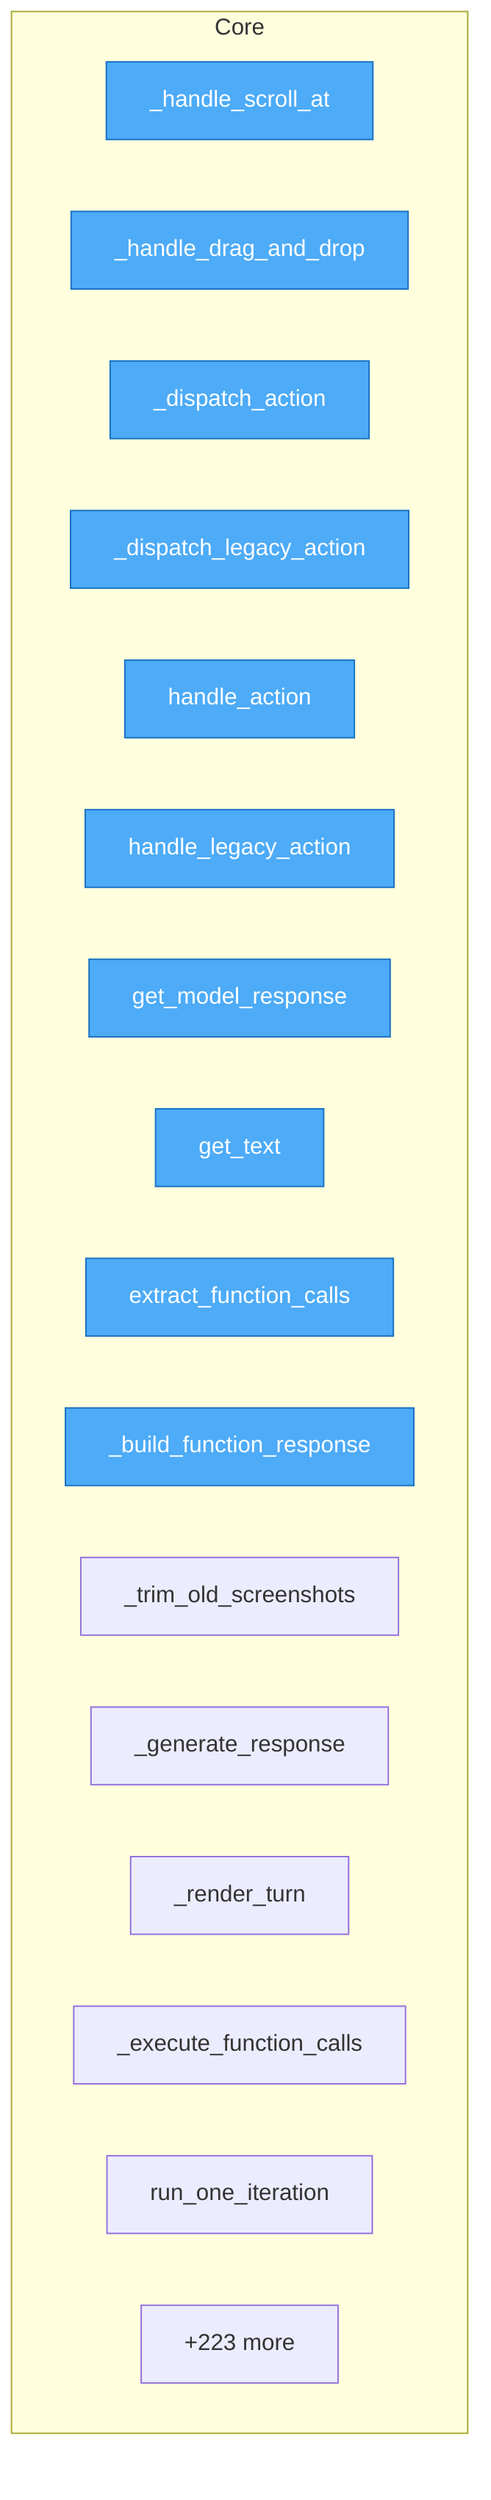
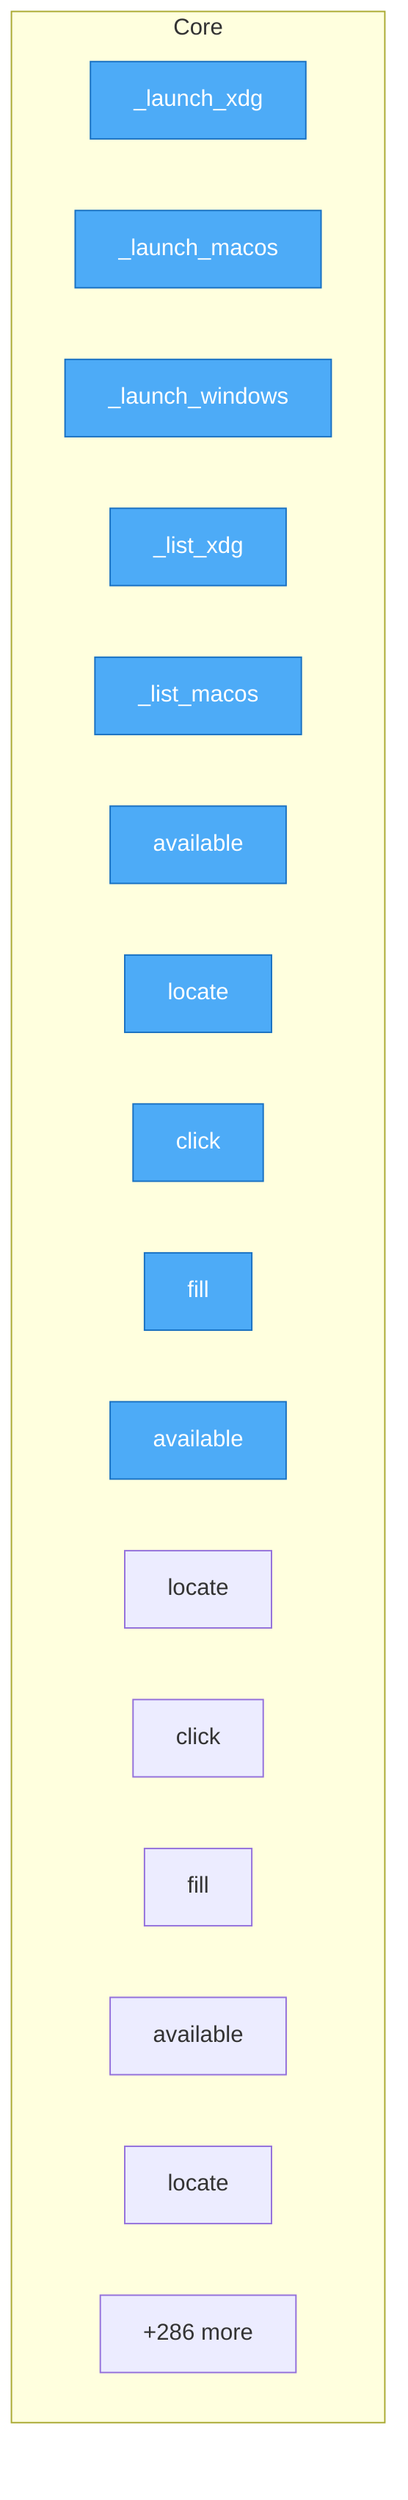
flowchart TD
%% generated in 0.01s

    %% Entry points (blue)
    classDef entry fill:#4dabf7,stroke:#1971c2,color:#fff

    subgraph Core
-         computer_use_preview__agent__BrowserAgent___handle_scroll_at["_handle_scroll_at"]
-         computer_use_preview__agent__BrowserAgent___handle_drag_and_drop["_handle_drag_and_drop"]
-         computer_use_preview__agent__BrowserAgent___dispatch_action["_dispatch_action"]
-         computer_use_preview__agent__BrowserAgent___dispatch_legacy_action["_dispatch_legacy_action"]
-         computer_use_preview__agent__BrowserAgent__handle_action["handle_action"]
-         computer_use_preview__agent__BrowserAgent__handle_legacy_action["handle_legacy_action"]
-         computer_use_preview__agent__BrowserAgent__get_model_response["get_model_response"]
-         computer_use_preview__agent__BrowserAgent__get_text["get_text"]
-         computer_use_preview__agent__BrowserAgent__extract_function_calls["extract_function_calls"]
-         computer_use_preview__agent__BrowserAgent___build_function_response["_build_function_response"]
-         computer_use_preview__agent__BrowserAgent___trim_old_screenshots["_trim_old_screenshots"]
-         computer_use_preview__agent__BrowserAgent___generate_response["_generate_response"]
-         computer_use_preview__agent__BrowserAgent___render_turn["_render_turn"]
-         computer_use_preview__agent__BrowserAgent___execute_function_calls["_execute_function_calls"]
-         computer_use_preview__agent__BrowserAgent__run_one_iteration["run_one_iteration"]
-         ...["+223 more"]
+         urirun_connector_kvm__launch_backends___launch_xdg["_launch_xdg"]
+         urirun_connector_kvm__launch_backends___launch_macos["_launch_macos"]
+         urirun_connector_kvm__launch_backends___launch_windows["_launch_windows"]
+         urirun_connector_kvm__launch_backends___list_xdg["_list_xdg"]
+         urirun_connector_kvm__launch_backends___list_macos["_list_macos"]
+         urirun_connector_kvm__strategies__CdpStrategy__available["available"]
+         urirun_connector_kvm__strategies__CdpStrategy__locate["locate"]
+         urirun_connector_kvm__strategies__CdpStrategy__click["click"]
+         urirun_connector_kvm__strategies__CdpStrategy__fill["fill"]
+         urirun_connector_kvm__strategies__AtspiStrategy__available["available"]
+         urirun_connector_kvm__strategies__AtspiStrategy__locate["locate"]
+         urirun_connector_kvm__strategies__AtspiStrategy__click["click"]
+         urirun_connector_kvm__strategies__AtspiStrategy__fill["fill"]
+         urirun_connector_kvm__strategies__VisionStrategy__available["available"]
+         urirun_connector_kvm__strategies__VisionStrategy__locate["locate"]
+         ...["+286 more"]
    end

-     class computer_use_preview__agent__BrowserAgent___handle_scroll_at,computer_use_preview__agent__BrowserAgent___handle_drag_and_drop,computer_use_preview__agent__BrowserAgent___dispatch_action,computer_use_preview__agent__BrowserAgent___dispatch_legacy_action,computer_use_preview__agent__BrowserAgent__handle_action,computer_use_preview__agent__BrowserAgent__handle_legacy_action,computer_use_preview__agent__BrowserAgent__get_model_response,computer_use_preview__agent__BrowserAgent__get_text,computer_use_preview__agent__BrowserAgent__extract_function_calls,computer_use_preview__agent__BrowserAgent___build_function_response entry
+     class urirun_connector_kvm__launch_backends___launch_xdg,urirun_connector_kvm__launch_backends___launch_macos,urirun_connector_kvm__launch_backends___launch_windows,urirun_connector_kvm__launch_backends___list_xdg,urirun_connector_kvm__launch_backends___list_macos,urirun_connector_kvm__strategies__CdpStrategy__available,urirun_connector_kvm__strategies__CdpStrategy__locate,urirun_connector_kvm__strategies__CdpStrategy__click,urirun_connector_kvm__strategies__CdpStrategy__fill,urirun_connector_kvm__strategies__AtspiStrategy__available entry
